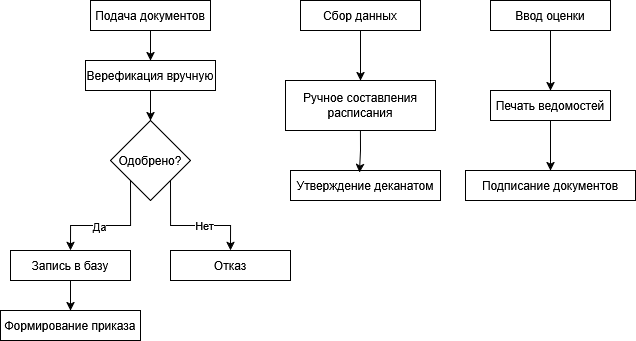
Jokimazi/DrawIOStorage keeps this draw.io diagram as .png/Диаграмма без sdfназвания.drawio.png. Above is the earlier version. Source tidied: cells renumbered, new cells last; positions are measured from the earlier drawing's top-left corner, leaving out a move shared by most shapes. Its diagram source:
```xml
<mxGraphModel>
  <root>
    <mxCell id="0" />
    <mxCell id="1" parent="0" />
    <mxCell id="2" style="edgeStyle=orthogonalEdgeStyle;rounded=0;jettySize=auto;html=1;exitX=0.5;exitY=1;exitDx=0;exitDy=0;entryX=0.5;entryY=0;entryDx=0;entryDy=0;" parent="1" edge="1" source="3" target="5">
      <mxGeometry relative="1" as="geometry" />
    </mxCell>
    <mxCell id="3" value="Подача документов" style="rounded=0;whiteSpace=wrap;html=1;" parent="1" vertex="1">
      <mxGeometry x="90" width="120" height="30" as="geometry" />
    </mxCell>
    <mxCell id="4" style="edgeStyle=orthogonalEdgeStyle;rounded=0;jettySize=auto;html=1;exitX=0.5;exitY=1;exitDx=0;exitDy=0;entryX=0.5;entryY=0;entryDx=0;entryDy=0;" parent="1" edge="1" source="5" target="10">
      <mxGeometry relative="1" as="geometry" />
    </mxCell>
    <mxCell id="5" value="Верефикация вручную" style="rounded=0;whiteSpace=wrap;html=1;" parent="1" vertex="1">
      <mxGeometry x="85" y="60" width="130" height="30" as="geometry" />
    </mxCell>
    <mxCell id="6" style="edgeStyle=orthogonalEdgeStyle;rounded=0;jettySize=auto;html=1;exitX=1;exitY=1;exitDx=0;exitDy=0;entryX=0.5;entryY=0;entryDx=0;entryDy=0;" parent="1" edge="1" source="10" target="13">
      <mxGeometry relative="1" as="geometry" />
    </mxCell>
    <mxCell id="7" value="Нет" style="edgeLabel;html=1;align=center;verticalAlign=middle;" parent="6" vertex="1">
      <mxGeometry x="0.22" y="1" relative="1" as="geometry" />
    </mxCell>
    <mxCell id="8" style="edgeStyle=orthogonalEdgeStyle;rounded=0;jettySize=auto;html=1;exitX=0;exitY=1;exitDx=0;exitDy=0;entryX=0.5;entryY=0;entryDx=0;entryDy=0;" parent="1" edge="1" source="10" target="12">
      <mxGeometry relative="1" as="geometry" />
    </mxCell>
    <mxCell id="9" value="Да" style="edgeLabel;html=1;align=center;verticalAlign=middle;" parent="8" vertex="1">
      <mxGeometry x="0.17" relative="1" as="geometry" />
    </mxCell>
    <mxCell id="10" value="Одобрено?" style="rhombus;whiteSpace=wrap;html=1;" parent="1" vertex="1">
      <mxGeometry x="110" y="120" width="80" height="80" as="geometry" />
    </mxCell>
    <mxCell id="11" style="edgeStyle=orthogonalEdgeStyle;rounded=0;jettySize=auto;html=1;exitX=0.5;exitY=1;exitDx=0;exitDy=0;entryX=0.5;entryY=0;entryDx=0;entryDy=0;" parent="1" edge="1" source="12" target="14">
      <mxGeometry relative="1" as="geometry" />
    </mxCell>
    <mxCell id="12" value="Запись в базу" style="rounded=0;whiteSpace=wrap;html=1;" parent="1" vertex="1">
      <mxGeometry x="10" y="250" width="120" height="30" as="geometry" />
    </mxCell>
    <mxCell id="13" value="Отказ" style="rounded=0;whiteSpace=wrap;html=1;" parent="1" vertex="1">
      <mxGeometry x="170" y="250" width="120" height="30" as="geometry" />
    </mxCell>
    <mxCell id="14" value="Формирование приказа" style="rounded=0;whiteSpace=wrap;html=1;" parent="1" vertex="1">
      <mxGeometry y="310" width="140" height="30" as="geometry" />
    </mxCell>
    <mxCell id="15" style="edgeStyle=orthogonalEdgeStyle;rounded=0;jettySize=auto;html=1;exitX=0.5;exitY=1;exitDx=0;exitDy=0;entryX=0.5;entryY=0;entryDx=0;entryDy=0;" parent="1" edge="1" source="16" target="17">
      <mxGeometry relative="1" as="geometry" />
    </mxCell>
    <mxCell id="16" value="Сбор данных" style="rounded=0;whiteSpace=wrap;html=1;" parent="1" vertex="1">
      <mxGeometry x="300" width="120" height="30" as="geometry" />
    </mxCell>
    <mxCell id="17" value="Ручное составления расписания" style="rounded=0;whiteSpace=wrap;html=1;" parent="1" vertex="1">
      <mxGeometry x="285" y="80" width="150" height="50" as="geometry" />
    </mxCell>
    <mxCell id="18" value="Утверждение деканатом" style="rounded=0;whiteSpace=wrap;html=1;" parent="1" vertex="1">
      <mxGeometry x="290" y="170" width="150" height="30" as="geometry" />
    </mxCell>
    <mxCell id="19" style="edgeStyle=orthogonalEdgeStyle;rounded=0;jettySize=auto;html=1;exitX=0.5;exitY=1;exitDx=0;exitDy=0;entryX=0.5;entryY=0;entryDx=0;entryDy=0;" parent="1" edge="1" source="20" target="22">
      <mxGeometry relative="1" as="geometry" />
    </mxCell>
    <mxCell id="20" value="Ввод оценки" style="rounded=0;whiteSpace=wrap;html=1;" parent="1" vertex="1">
      <mxGeometry x="490" width="120" height="30" as="geometry" />
    </mxCell>
    <mxCell id="21" style="edgeStyle=orthogonalEdgeStyle;rounded=0;jettySize=auto;html=1;exitX=0.5;exitY=1;exitDx=0;exitDy=0;entryX=0.5;entryY=0;entryDx=0;entryDy=0;" parent="1" edge="1" source="22" target="23">
      <mxGeometry relative="1" as="geometry" />
    </mxCell>
    <mxCell id="22" value="Печать ведомостей" style="rounded=0;whiteSpace=wrap;html=1;" parent="1" vertex="1">
      <mxGeometry x="490" y="90" width="120" height="30" as="geometry" />
    </mxCell>
    <mxCell id="23" value="Подписание документов" style="rounded=0;whiteSpace=wrap;html=1;" parent="1" vertex="1">
      <mxGeometry x="465" y="170" width="170" height="30" as="geometry" />
    </mxCell>
    <mxCell id="24" style="edgeStyle=orthogonalEdgeStyle;rounded=0;jettySize=auto;html=1;exitX=0.5;exitY=1;exitDx=0;exitDy=0;entryX=0.46;entryY=0.067;entryDx=0;entryDy=0;entryPerimeter=0;" parent="1" edge="1" source="17" target="18">
      <mxGeometry relative="1" as="geometry" />
    </mxCell>
  </root>
</mxGraphModel>
```
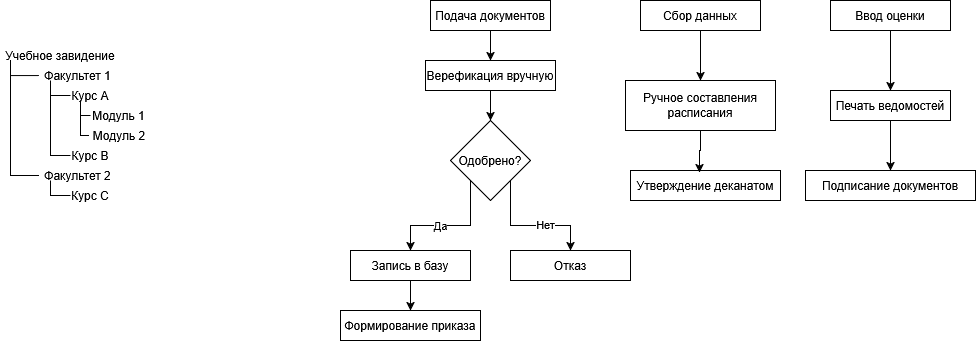
Later version of the same file.

Change to the diagram source:
```diff
@@ -71,5 +71,84 @@
     <mxCell id="24" style="edgeStyle=orthogonalEdgeStyle;rounded=0;jettySize=auto;html=1;exitX=0.5;exitY=1;exitDx=0;exitDy=0;entryX=0.46;entryY=0.067;entryDx=0;entryDy=0;entryPerimeter=0;" parent="1" edge="1" source="17" target="18">
       <mxGeometry relative="1" as="geometry" />
     </mxCell>
+    <mxCell id="25" value="Учебное завидение" style="text;html=1;align=center;verticalAlign=middle;whiteSpace=wrap;rounded=0;" parent="1" vertex="1">
+      <mxGeometry x="-340" y="50" width="120" height="10" as="geometry" />
+    </mxCell>
+    <mxCell id="26" value="Факультет 1" style="text;html=1;align=center;verticalAlign=middle;whiteSpace=wrap;rounded=0;" parent="1" vertex="1">
+      <mxGeometry x="-301.5" y="70" width="77" height="10" as="geometry" />
+    </mxCell>
+    <mxCell id="27" value="Курс А" style="text;html=1;align=center;verticalAlign=middle;whiteSpace=wrap;rounded=0;" parent="1" vertex="1">
+      <mxGeometry x="-270" y="90" width="40" height="10" as="geometry" />
+    </mxCell>
+    <mxCell id="28" value="Модуль 1" style="text;html=1;align=center;verticalAlign=middle;whiteSpace=wrap;rounded=0;" parent="1" vertex="1">
+      <mxGeometry x="-250" y="110" width="57" height="10" as="geometry" />
+    </mxCell>
+    <mxCell id="29" value="Модуль 2" style="text;html=1;align=center;verticalAlign=middle;whiteSpace=wrap;rounded=0;" parent="1" vertex="1">
+      <mxGeometry x="-251.5" y="130" width="60" height="10" as="geometry" />
+    </mxCell>
+    <mxCell id="30" value="Курс C" style="text;html=1;align=center;verticalAlign=middle;whiteSpace=wrap;rounded=0;" parent="1" vertex="1">
+      <mxGeometry x="-270" y="190" width="40" height="10" as="geometry" />
+    </mxCell>
+    <mxCell id="31" value="Факультет 2" style="text;html=1;align=center;verticalAlign=middle;whiteSpace=wrap;rounded=0;" parent="1" vertex="1">
+      <mxGeometry x="-301.5" y="170" width="77" height="10" as="geometry" />
+    </mxCell>
+    <mxCell id="32" value="Курс B" style="text;html=1;align=center;verticalAlign=middle;whiteSpace=wrap;rounded=0;" parent="1" vertex="1">
+      <mxGeometry x="-270" y="150" width="40" height="10" as="geometry" />
+    </mxCell>
+    <mxCell id="33" style="endArrow=none;html=1;rounded=0;edgeStyle=elbowEdgeStyle;elbow=vertical;exitX=0.084;exitY=1.068;exitDx=0;exitDy=0;exitPerimeter=0;entryX=0;entryY=0.5;entryDx=0;entryDy=0;" parent="1" edge="1" source="25" target="26">
+      <mxGeometry relative="1" as="geometry">
+        <Array as="points">
+          <mxPoint x="-320" y="75" />
+        </Array>
+      </mxGeometry>
+    </mxCell>
+    <mxCell id="34" style="endArrow=none;html=1;rounded=0;edgeStyle=elbowEdgeStyle;elbow=vertical;entryX=0;entryY=0.5;entryDx=0;entryDy=0;" parent="1" edge="1" target="31">
+      <mxGeometry relative="1" as="geometry">
+        <mxPoint x="-330" y="60" as="sourcePoint" />
+        <Array as="points">
+          <mxPoint x="-320" y="175" />
+        </Array>
+      </mxGeometry>
+    </mxCell>
+    <mxCell id="35" style="endArrow=none;html=1;rounded=0;edgeStyle=orthogonalEdgeStyle;exitX=0;exitY=0.5;exitDx=0;exitDy=0;" parent="1" edge="1" source="32">
+      <mxGeometry relative="1" as="geometry">
+        <mxPoint x="-290" y="80" as="targetPoint" />
+        <Array as="points">
+          <mxPoint x="-290" y="155" />
+        </Array>
+      </mxGeometry>
+    </mxCell>
+    <mxCell id="36" style="endArrow=none;html=1;rounded=0;edgeStyle=orthogonalEdgeStyle;exitX=0;exitY=0.5;exitDx=0;exitDy=0;" parent="1" edge="1" source="27">
+      <mxGeometry relative="1" as="geometry">
+        <mxPoint x="-290" y="90" as="targetPoint" />
+        <Array as="points">
+          <mxPoint x="-290" y="95" />
+        </Array>
+      </mxGeometry>
+    </mxCell>
+    <mxCell id="37" style="endArrow=none;html=1;rounded=0;edgeStyle=orthogonalEdgeStyle;exitX=0;exitY=0.5;exitDx=0;exitDy=0;" parent="1" edge="1" source="30">
+      <mxGeometry relative="1" as="geometry">
+        <mxPoint x="-290" y="180" as="targetPoint" />
+        <Array as="points">
+          <mxPoint x="-290" y="195" />
+        </Array>
+      </mxGeometry>
+    </mxCell>
+    <mxCell id="38" style="endArrow=none;html=1;rounded=0;edgeStyle=orthogonalEdgeStyle;exitX=0;exitY=0.5;exitDx=0;exitDy=0;" parent="1" edge="1" source="29">
+      <mxGeometry relative="1" as="geometry">
+        <mxPoint x="-260" y="100" as="targetPoint" />
+        <Array as="points">
+          <mxPoint x="-260" y="135" />
+        </Array>
+      </mxGeometry>
+    </mxCell>
+    <mxCell id="39" style="endArrow=none;html=1;rounded=0;edgeStyle=orthogonalEdgeStyle;exitX=0;exitY=0.5;exitDx=0;exitDy=0;" parent="1" edge="1" source="28">
+      <mxGeometry relative="1" as="geometry">
+        <mxPoint x="-260" y="100" as="targetPoint" />
+        <Array as="points">
+          <mxPoint x="-260" y="115" />
+        </Array>
+      </mxGeometry>
+    </mxCell>
   </root>
 </mxGraphModel>
```
